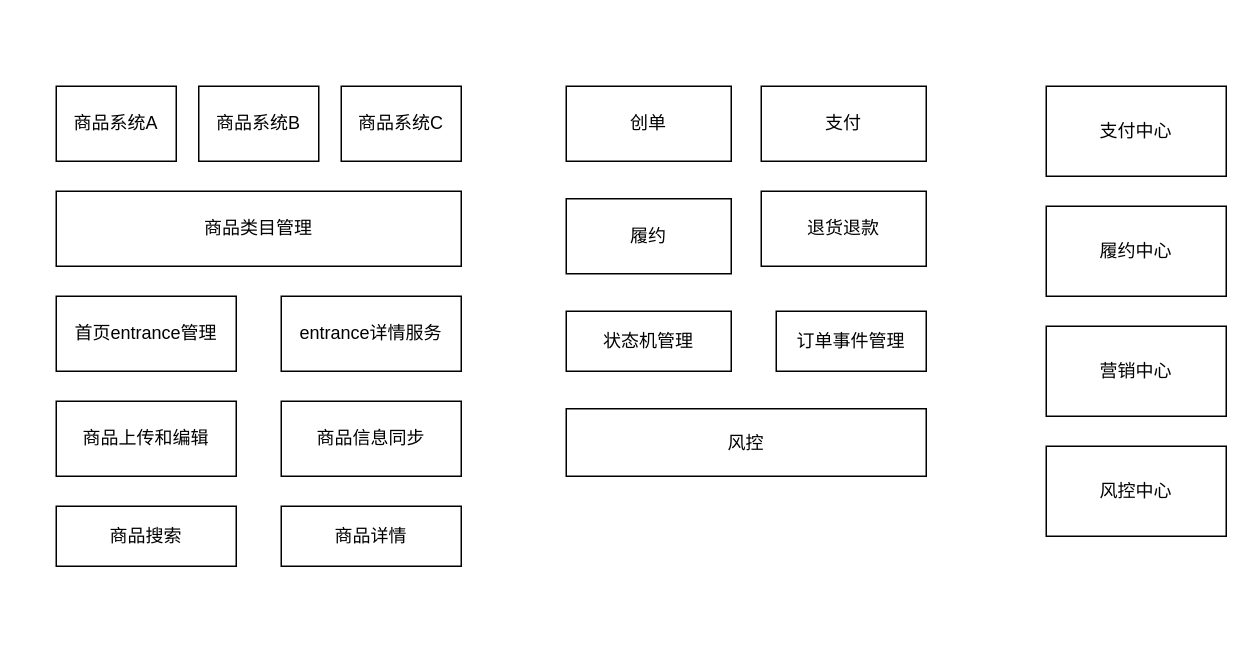
The draw.io diagram page "第 15 页" (15 of 15) of source/diagrams/hotel.drawio in wxquare/wxquare.github.io, before the edit. Source tidied: cells renumbered, new cells numbered last; positions are measured from the earlier drawing's top-left corner, leaving out a move shared by most shapes. Both pictures are drawn from the tidied source at 150%, with x=0, y=0 at pixel (56, 86).
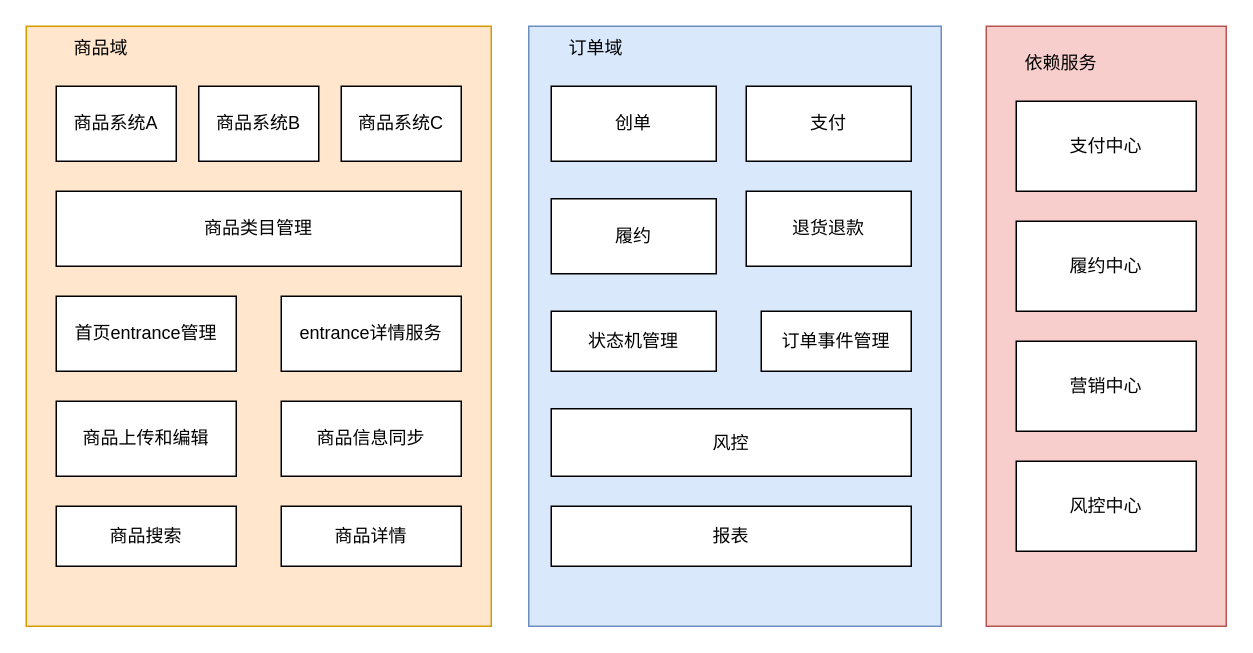
The same diagram, later.

Diff of the diagram source:
```diff
@@
+    <mxCell id="23" style="rounded=0;whiteSpace=wrap;html=1;fillColor=#f8cecc;strokeColor=#b85450;" parent="1" vertex="1">
+      <mxGeometry x="620" y="-40" width="160" height="400" as="geometry" />
+    </mxCell>
+    <mxCell id="24" style="rounded=0;whiteSpace=wrap;html=1;fillColor=#dae8fc;strokeColor=#6c8ebf;" parent="1" vertex="1">
+      <mxGeometry x="315" y="-40" width="275" height="400" as="geometry" />
+    </mxCell>
+    <mxCell id="25" style="rounded=0;whiteSpace=wrap;html=1;fillColor=#ffe6cc;strokeColor=#d79b00;" parent="1" vertex="1">
+      <mxGeometry x="-20" y="-40" width="310" height="400" as="geometry" />
+    </mxCell>
@@
     <mxCell id="12" value="创单" style="rounded=0;whiteSpace=wrap;html=1;" parent="1" vertex="1">
-      <mxGeometry x="340" width="110" height="50" as="geometry" />
+      <mxGeometry x="330" width="110" height="50" as="geometry" />
     </mxCell>
     <mxCell id="13" value="支付" style="rounded=0;whiteSpace=wrap;html=1;" parent="1" vertex="1">
-      <mxGeometry x="470" width="110" height="50" as="geometry" />
+      <mxGeometry x="460" width="110" height="50" as="geometry" />
     </mxCell>
     <mxCell id="14" value="履约" style="rounded=0;whiteSpace=wrap;html=1;" parent="1" vertex="1">
-      <mxGeometry x="340" y="75" width="110" height="50" as="geometry" />
+      <mxGeometry x="330" y="75" width="110" height="50" as="geometry" />
     </mxCell>
     <mxCell id="15" value="退货退款" style="rounded=0;whiteSpace=wrap;html=1;" parent="1" vertex="1">
-      <mxGeometry x="470" y="70" width="110" height="50" as="geometry" />
+      <mxGeometry x="460" y="70" width="110" height="50" as="geometry" />
     </mxCell>
     <mxCell id="16" value="风控" style="rounded=0;whiteSpace=wrap;html=1;" parent="1" vertex="1">
-      <mxGeometry x="340" y="215" width="240" height="45" as="geometry" />
+      <mxGeometry x="330" y="215" width="240" height="45" as="geometry" />
     </mxCell>
     <mxCell id="17" value="支付中心" style="rounded=0;whiteSpace=wrap;html=1;" parent="1" vertex="1">
-      <mxGeometry x="660" width="120" height="60" as="geometry" />
+      <mxGeometry x="640" y="10" width="120" height="60" as="geometry" />
     </mxCell>
     <mxCell id="18" value="履约中心" style="rounded=0;whiteSpace=wrap;html=1;" parent="1" vertex="1">
-      <mxGeometry x="660" y="80" width="120" height="60" as="geometry" />
+      <mxGeometry x="640" y="90" width="120" height="60" as="geometry" />
     </mxCell>
     <mxCell id="19" value="营销中心" style="rounded=0;whiteSpace=wrap;html=1;" parent="1" vertex="1">
-      <mxGeometry x="660" y="160" width="120" height="60" as="geometry" />
+      <mxGeometry x="640" y="170" width="120" height="60" as="geometry" />
     </mxCell>
     <mxCell id="20" value="风控中心" style="rounded=0;whiteSpace=wrap;html=1;" parent="1" vertex="1">
-      <mxGeometry x="660" y="240" width="120" height="60" as="geometry" />
+      <mxGeometry x="640" y="250" width="120" height="60" as="geometry" />
     </mxCell>
     <mxCell id="21" value="状态机管理" style="rounded=0;whiteSpace=wrap;html=1;" parent="1" vertex="1">
-      <mxGeometry x="340" y="150" width="110" height="40" as="geometry" />
+      <mxGeometry x="330" y="150" width="110" height="40" as="geometry" />
     </mxCell>
     <mxCell id="22" value="订单事件管理" style="rounded=0;whiteSpace=wrap;html=1;" parent="1" vertex="1">
-      <mxGeometry x="480" y="150" width="100" height="40" as="geometry" />
+      <mxGeometry x="470" y="150" width="100" height="40" as="geometry" />
     </mxCell>
+    <mxCell id="26" value="报表" style="rounded=0;whiteSpace=wrap;html=1;" parent="1" vertex="1">
+      <mxGeometry x="330" y="280" width="240" height="40" as="geometry" />
+    </mxCell>
+    <mxCell id="27" value="商品域" style="text;html=1;align=center;verticalAlign=middle;whiteSpace=wrap;rounded=0;" parent="1" vertex="1">
+      <mxGeometry y="-40" width="60" height="30" as="geometry" />
+    </mxCell>
+    <mxCell id="28" value="订单域" style="text;html=1;align=center;verticalAlign=middle;whiteSpace=wrap;rounded=0;" parent="1" vertex="1">
+      <mxGeometry x="330" y="-40" width="60" height="30" as="geometry" />
+    </mxCell>
+    <mxCell id="29" value="依赖服务" style="text;html=1;align=center;verticalAlign=middle;whiteSpace=wrap;rounded=0;" parent="1" vertex="1">
+      <mxGeometry x="640" y="-30" width="60" height="30" as="geometry" />
+    </mxCell>
```
